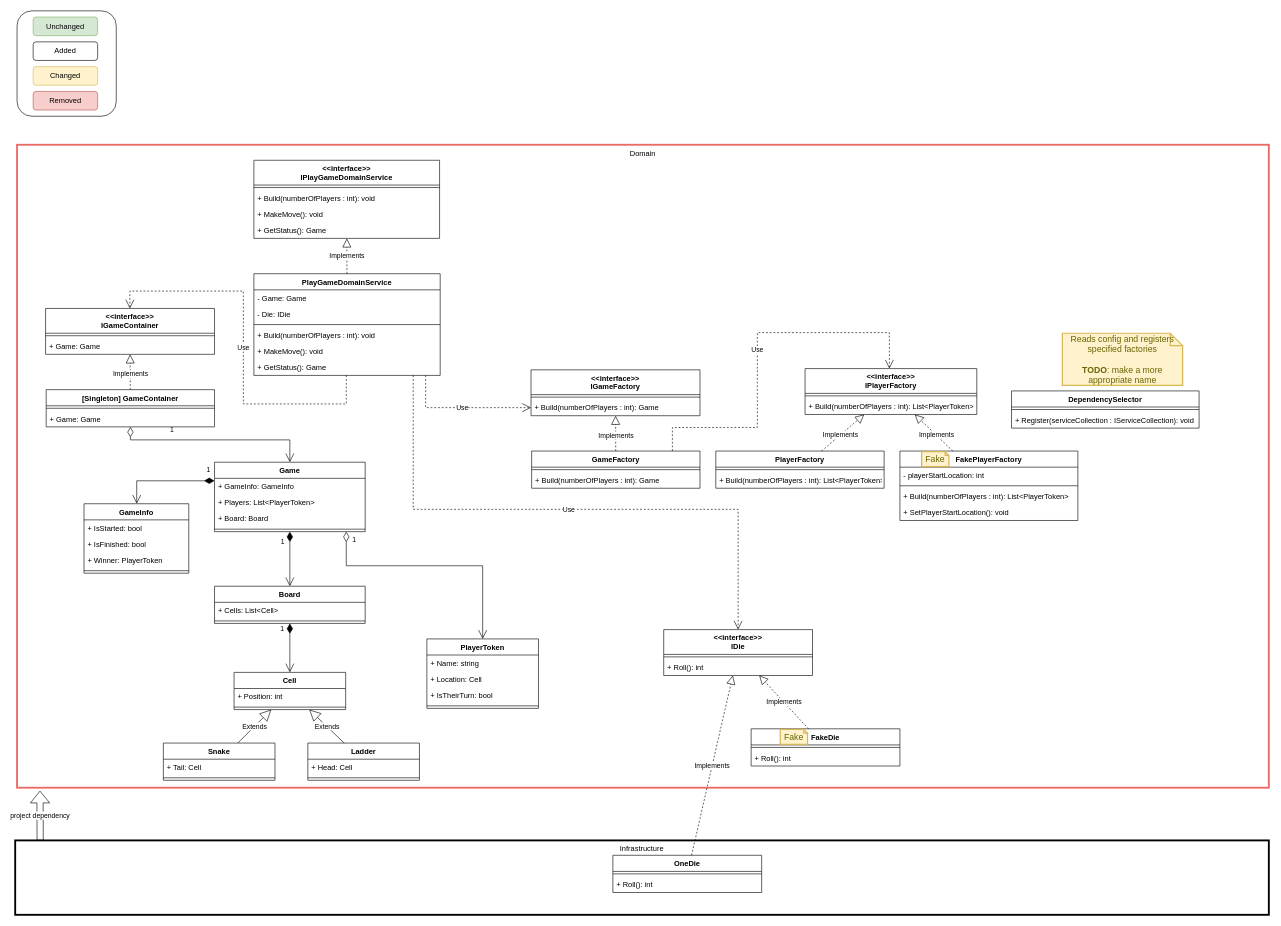
Before: page "Class Diagram" (2 of 3) of design/SnakesAndLadders.drawio in KucherenkoSerhiy/SnakesAndLadders, a draw.io diagram. Source tidied: cells renumbered, new cells numbered last; positions are measured from the earlier drawing's top-left corner, leaving out a move shared by most shapes. Both pictures are drawn from the tidied source at 62%, with x=0, y=0 at pixel (15, 11).
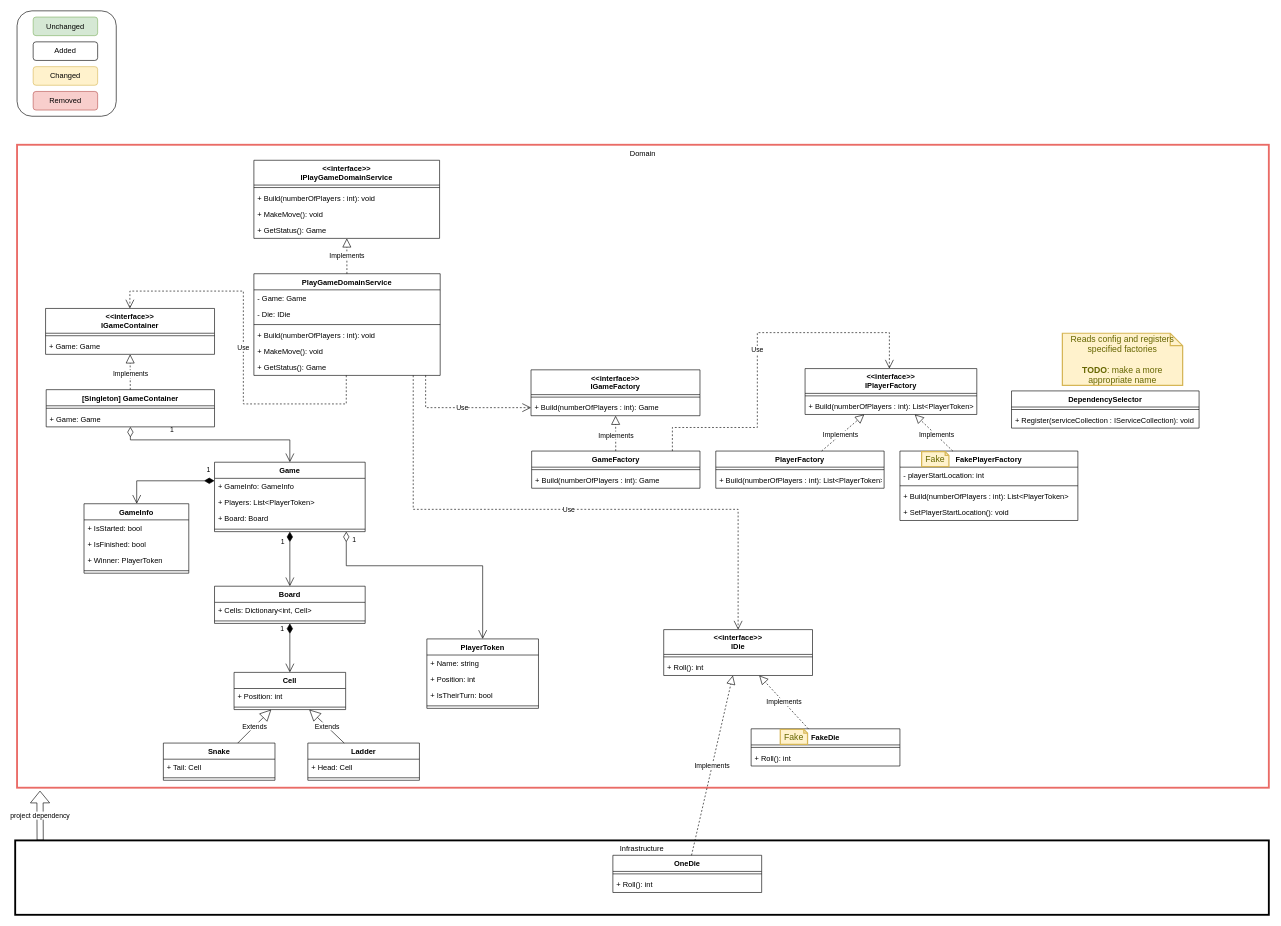
After the change.

Unchanged cells that the change refers to:
```xml
<mxCell id="8" value="Board" style="swimlane;fontStyle=1;align=center;verticalAlign=top;horizontal=1;startSize=26;strokeWidth=1;fillColor=none;" parent="1" vertex="1">
  <mxGeometry x="321.5" y="928" width="243" height="60" as="geometry" />
</mxCell>
<mxCell id="17" value="PlayerToken" style="swimlane;fontStyle=1;align=center;verticalAlign=top;horizontal=1;startSize=26;strokeWidth=1;fillColor=none;" parent="1" vertex="1">
  <mxGeometry x="664" y="1013" width="180" height="112" as="geometry" />
</mxCell>
```

What changed in the source:
```diff
@@
-    <mxCell id="9" value="+ Cells: List&lt;Cell&gt;" style="text;strokeColor=none;fillColor=none;align=left;verticalAlign=top;spacingLeft=4;spacingRight=4;overflow=hidden;" parent="8" vertex="1">
+    <mxCell id="9" value="+ Cells: Dictionary&lt;int, Cell&gt;" style="text;strokeColor=none;fillColor=none;align=left;verticalAlign=top;spacingLeft=4;spacingRight=4;overflow=hidden;" parent="8" vertex="1">
       <mxGeometry y="26" width="243" height="26" as="geometry" />
     </mxCell>
@@
-    <mxCell id="19" value="+ Location: Cell" style="text;strokeColor=none;fillColor=none;align=left;verticalAlign=top;spacingLeft=4;spacingRight=4;overflow=hidden;" parent="17" vertex="1">
+    <mxCell id="19" value="+ Position: int" style="text;strokeColor=none;fillColor=none;align=left;verticalAlign=top;spacingLeft=4;spacingRight=4;overflow=hidden;" parent="17" vertex="1">
       <mxGeometry y="52" width="180" height="26" as="geometry" />
     </mxCell>
```
